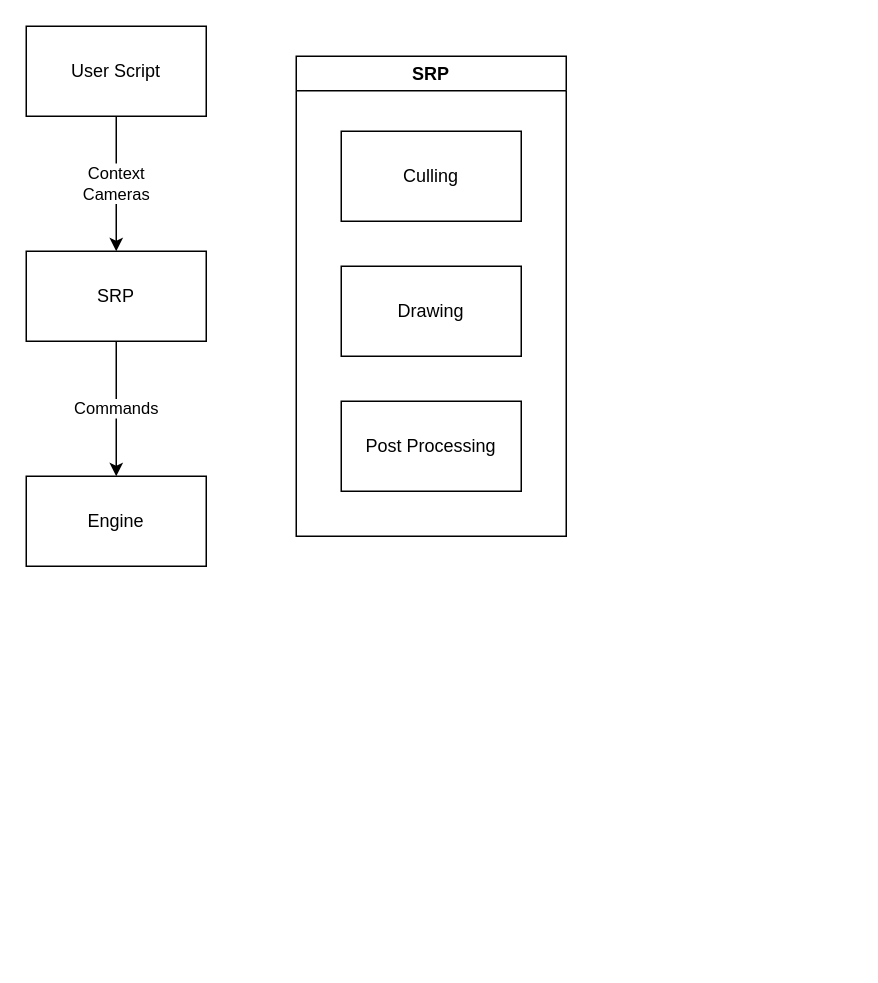
Before: SRP.drawio in SylarLi/Clutter, a draw.io diagram. Source tidied: cells renumbered, new cells numbered last; positions are measured from the earlier drawing's top-left corner, leaving out a move shared by most shapes. Both pictures are drawn from the tidied source at 150%, with x=0, y=0 at pixel (26, 26).
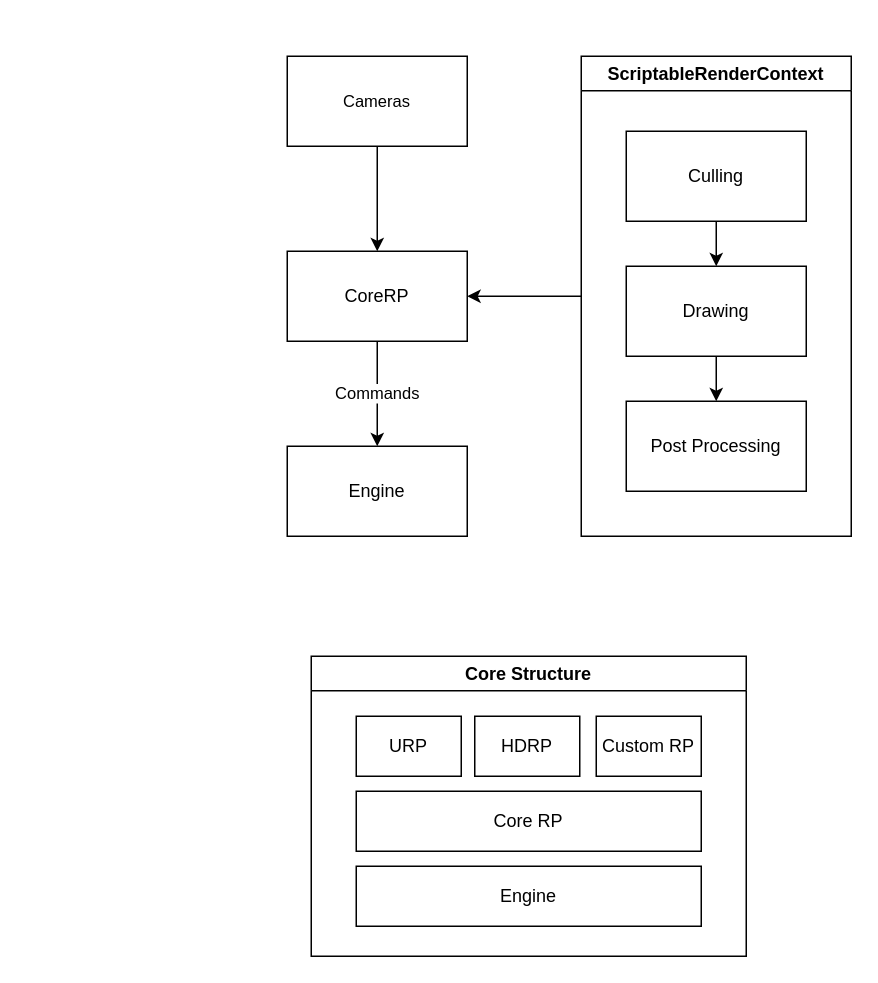
Above is the later version.

Diff of the diagram source:
```diff
@@
 <mxGraphModel>
   <root>
     <mxCell id="0" />
     <mxCell id="1" parent="0" />
     <mxCell id="2" value="Commands" style="edgeStyle=orthogonalEdgeStyle;rounded=0;jettySize=auto;html=1;" parent="1" edge="1" source="3" target="6">
       <mxGeometry relative="1" as="geometry" />
     </mxCell>
-    <mxCell id="3" value="SRP" style="rounded=0;whiteSpace=wrap;html=1;" parent="1" vertex="1">
-      <mxGeometry y="150" width="120" height="60" as="geometry" />
+    <mxCell id="3" value="CoreRP" style="rounded=0;whiteSpace=wrap;html=1;" parent="1" vertex="1">
+      <mxGeometry x="174" y="150" width="120" height="60" as="geometry" />
     </mxCell>
-    <mxCell id="4" value="Context&lt;br&gt;Cameras" style="edgeStyle=orthogonalEdgeStyle;rounded=0;jettySize=auto;html=1;" parent="1" edge="1" source="5" target="3">
+    <mxCell id="4" style="edgeStyle=orthogonalEdgeStyle;rounded=0;jettySize=auto;html=1;" parent="1" edge="1" source="5" target="3">
       <mxGeometry relative="1" as="geometry" />
     </mxCell>
-    <mxCell id="5" value="User Script" style="rounded=0;whiteSpace=wrap;html=1;" parent="1" vertex="1">
-      <mxGeometry width="120" height="60" as="geometry" />
+    <mxCell id="5" value="&lt;span style=&quot;font-size: 11px ; background-color: rgb(255 , 255 , 255)&quot;&gt;Cameras&lt;/span&gt;" style="rounded=0;whiteSpace=wrap;html=1;" parent="1" vertex="1">
+      <mxGeometry x="174" y="20" width="120" height="60" as="geometry" />
     </mxCell>
     <mxCell id="6" value="Engine" style="rounded=0;whiteSpace=wrap;html=1;" parent="1" vertex="1">
-      <mxGeometry y="300" width="120" height="60" as="geometry" />
+      <mxGeometry x="174" y="280" width="120" height="60" as="geometry" />
     </mxCell>
-    <mxCell id="7" value="SRP" style="swimlane;" parent="1" vertex="1">
-      <mxGeometry x="180" y="20" width="180" height="320" as="geometry" />
+    <mxCell id="7" value="ScriptableRenderContext" style="swimlane;" parent="1" vertex="1">
+      <mxGeometry x="370" y="20" width="180" height="320" as="geometry" />
     </mxCell>
+    <mxCell id="11" style="edgeStyle=orthogonalEdgeStyle;rounded=0;jettySize=auto;html=1;" parent="7" edge="1" source="8" target="9">
+      <mxGeometry relative="1" as="geometry" />
+    </mxCell>
     <mxCell id="8" value="Culling" style="rounded=0;whiteSpace=wrap;html=1;" parent="7" vertex="1">
       <mxGeometry x="30" y="50" width="120" height="60" as="geometry" />
     </mxCell>
+    <mxCell id="12" style="edgeStyle=orthogonalEdgeStyle;rounded=0;jettySize=auto;html=1;" parent="7" edge="1" source="9" target="10">
+      <mxGeometry relative="1" as="geometry" />
+    </mxCell>
     <mxCell id="9" value="Drawing" style="rounded=0;whiteSpace=wrap;html=1;" parent="7" vertex="1">
       <mxGeometry x="30" y="140" width="120" height="60" as="geometry" />
     </mxCell>
     <mxCell id="10" value="Post Processing" style="rounded=0;whiteSpace=wrap;html=1;" parent="7" vertex="1">
       <mxGeometry x="30" y="230" width="120" height="60" as="geometry" />
     </mxCell>
+    <mxCell id="13" style="edgeStyle=orthogonalEdgeStyle;rounded=0;jettySize=auto;html=1;exitX=0;exitY=0.5;exitDx=0;exitDy=0;" parent="1" edge="1" source="7" target="3">
+      <mxGeometry relative="1" as="geometry" />
+    </mxCell>
+    <mxCell id="14" value="Core Structure" style="swimlane;" parent="1" vertex="1">
+      <mxGeometry x="190" y="420" width="290" height="200" as="geometry" />
+    </mxCell>
+    <mxCell id="15" value="Engine" style="whiteSpace=wrap;html=1;align=center;" parent="14" vertex="1">
+      <mxGeometry x="30" y="140" width="230" height="40" as="geometry" />
+    </mxCell>
+    <mxCell id="16" value="Core RP" style="whiteSpace=wrap;html=1;align=center;" parent="14" vertex="1">
+      <mxGeometry x="30" y="90" width="230" height="40" as="geometry" />
+    </mxCell>
+    <mxCell id="17" value="URP" style="whiteSpace=wrap;html=1;align=center;" parent="14" vertex="1">
+      <mxGeometry x="30" y="40" width="70" height="40" as="geometry" />
+    </mxCell>
+    <mxCell id="18" value="HDRP" style="whiteSpace=wrap;html=1;align=center;" parent="14" vertex="1">
+      <mxGeometry x="109" y="40" width="70" height="40" as="geometry" />
+    </mxCell>
+    <mxCell id="19" value="Custom RP" style="whiteSpace=wrap;html=1;align=center;" parent="14" vertex="1">
+      <mxGeometry x="190" y="40" width="70" height="40" as="geometry" />
+    </mxCell>
   </root>
 </mxGraphModel>
```
